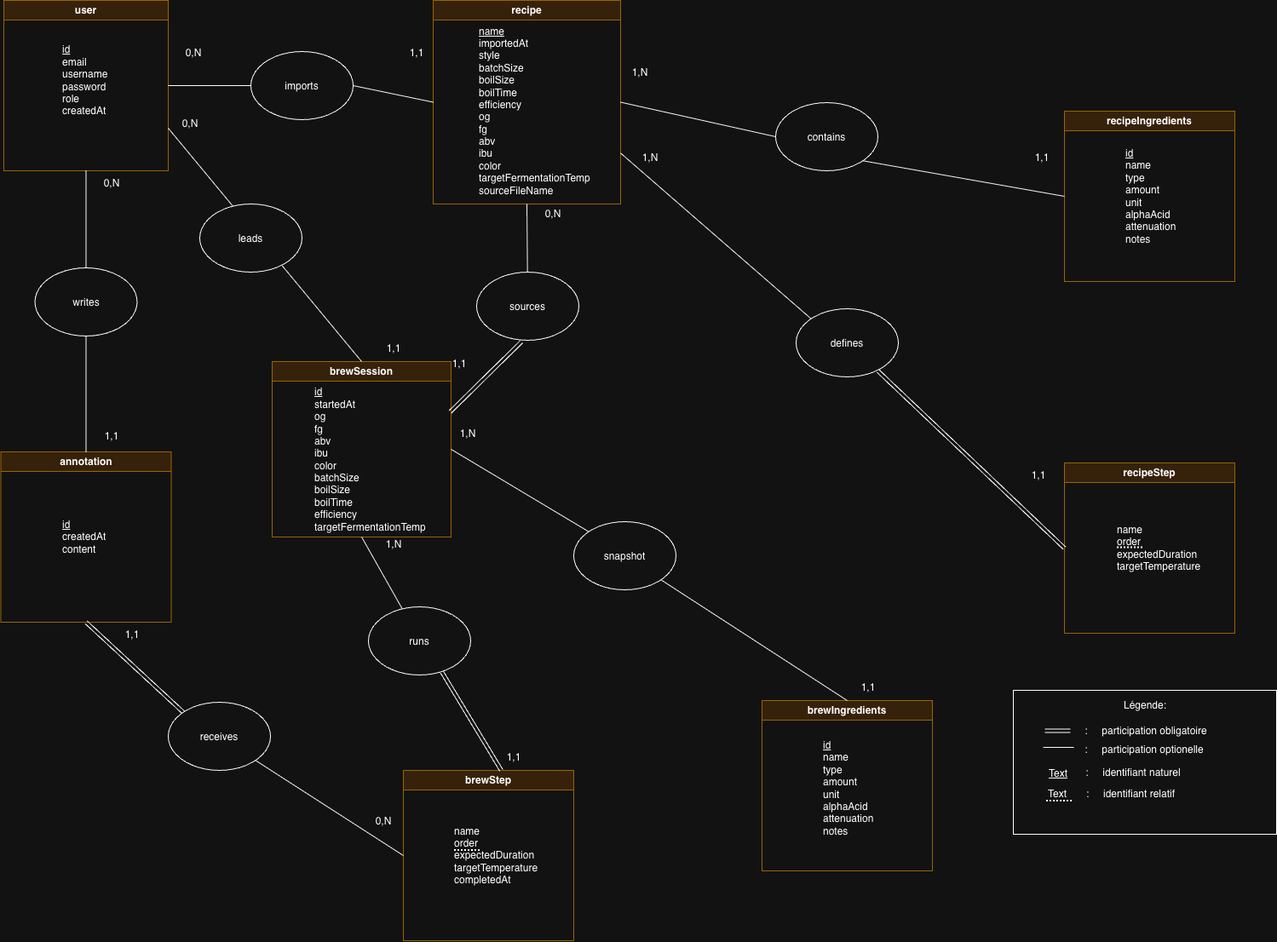
This is docs/diagrams/mcd.png from simplon-alt-dist-p7/micro-saass-simon, a draw.io export, as it was before one commit. Source tidied: cells renumbered, new cells last; positions are measured from the earlier drawing's top-left corner, leaving out a move shared by most shapes.
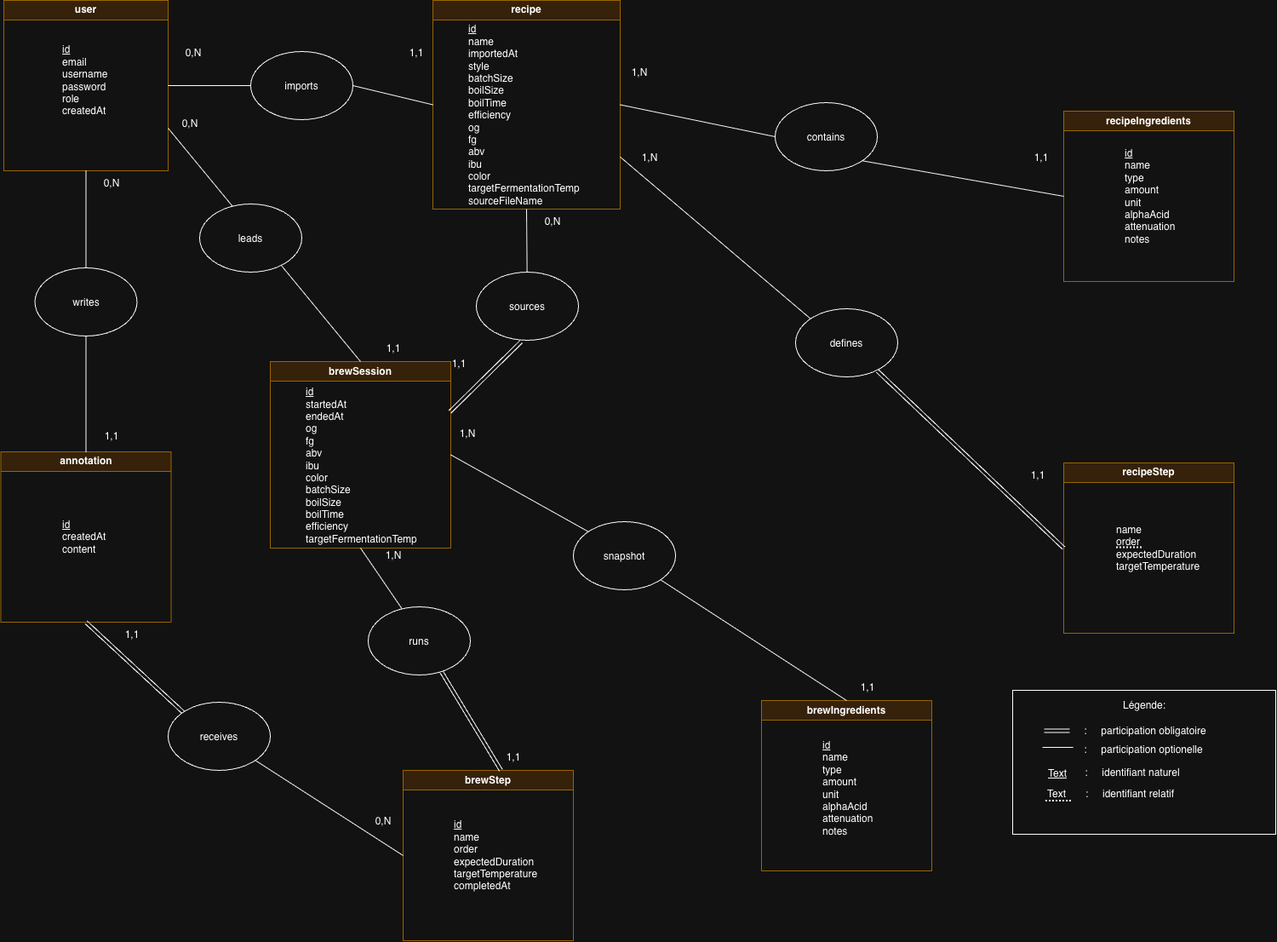
After the change.

Commit message:
docs: add endedAt and fix identifiers in MCD

Change to the diagram source:
```diff
@@ -3,10 +3,10 @@
     <mxCell id="0" />
     <mxCell id="1" parent="0" />
     <mxCell id="2" value="recipe" style="swimlane;whiteSpace=wrap;html=1;fillColor=#ffe6cc;strokeColor=#d79b00;" parent="1" vertex="1">
-      <mxGeometry x="508" width="220" height="239" as="geometry" />
+      <mxGeometry x="508" width="220" height="245" as="geometry" />
     </mxCell>
-    <mxCell id="3" value="&lt;u&gt;name&lt;/u&gt;&lt;div&gt;&lt;div&gt;importedAt&lt;/div&gt;&lt;div&gt;style&lt;/div&gt;&lt;div&gt;batchSize&lt;/div&gt;&lt;div&gt;boilSize&lt;/div&gt;&lt;div&gt;boilTime&lt;/div&gt;&lt;div&gt;efficiency&lt;/div&gt;&lt;div&gt;og&lt;/div&gt;&lt;div&gt;fg&lt;/div&gt;&lt;div&gt;abv&lt;/div&gt;&lt;div&gt;ibu&lt;/div&gt;&lt;div&gt;color&lt;/div&gt;&lt;div&gt;targetFermentationTemp&lt;/div&gt;&lt;div&gt;sourceFileName&lt;/div&gt;&lt;div&gt;&lt;br&gt;&lt;/div&gt;&lt;/div&gt;" style="text;html=1;whiteSpace=wrap;strokeColor=none;fillColor=none;align=left;verticalAlign=middle;rounded=0;" parent="2" vertex="1">
-      <mxGeometry x="52" y="122" width="159" height="30" as="geometry" />
+    <mxCell id="3" value="&lt;div&gt;&lt;u&gt;id&lt;/u&gt;&lt;/div&gt;name&lt;div&gt;&lt;div&gt;importedAt&lt;/div&gt;&lt;div&gt;style&lt;/div&gt;&lt;div&gt;batchSize&lt;/div&gt;&lt;div&gt;boilSize&lt;/div&gt;&lt;div&gt;boilTime&lt;/div&gt;&lt;div&gt;efficiency&lt;/div&gt;&lt;div&gt;og&lt;/div&gt;&lt;div&gt;fg&lt;/div&gt;&lt;div&gt;abv&lt;/div&gt;&lt;div&gt;ibu&lt;/div&gt;&lt;div&gt;color&lt;/div&gt;&lt;div&gt;targetFermentationTemp&lt;/div&gt;&lt;div&gt;sourceFileName&lt;/div&gt;&lt;div&gt;&lt;br&gt;&lt;/div&gt;&lt;/div&gt;" style="text;html=1;whiteSpace=wrap;strokeColor=none;fillColor=none;align=left;verticalAlign=middle;rounded=0;" parent="2" vertex="1">
+      <mxGeometry x="40" y="127" width="159" height="30" as="geometry" />
     </mxCell>
     <mxCell id="4" value="user" style="swimlane;whiteSpace=wrap;html=1;fillColor=#ffe6cc;strokeColor=#d79b00;" parent="1" vertex="1">
       <mxGeometry x="4" width="193" height="200" as="geometry" />
@@ -33,23 +33,17 @@
       </mxGeometry>
     </mxCell>
     <mxCell id="11" value="brewSession" style="swimlane;whiteSpace=wrap;html=1;startSize=23;fillColor=#ffe6cc;strokeColor=#d79b00;" parent="1" vertex="1">
-      <mxGeometry x="319" y="424" width="210" height="206" as="geometry" />
+      <mxGeometry x="317" y="424" width="212" height="219" as="geometry" />
     </mxCell>
-    <mxCell id="12" value="&lt;div&gt;&lt;br&gt;&lt;/div&gt;&lt;div&gt;&lt;u&gt;id&lt;/u&gt;&lt;/div&gt;startedAt&lt;div&gt;og&lt;/div&gt;&lt;div&gt;fg&lt;/div&gt;&lt;div&gt;abv&amp;nbsp;&lt;/div&gt;&lt;div&gt;ibu&lt;/div&gt;&lt;div&gt;color&lt;/div&gt;&lt;div&gt;batchSize&lt;/div&gt;&lt;div&gt;boilSize&lt;/div&gt;&lt;div&gt;boilTime&lt;/div&gt;&lt;div&gt;efficiency&lt;/div&gt;&lt;div&gt;targetFermentationTemp&lt;/div&gt;" style="text;html=1;whiteSpace=wrap;strokeColor=none;fillColor=none;align=left;verticalAlign=middle;rounded=0;" parent="11" vertex="1">
-      <mxGeometry x="48" y="93" width="162" height="30" as="geometry" />
+    <mxCell id="12" value="&lt;div&gt;&lt;br&gt;&lt;/div&gt;&lt;div&gt;&lt;u&gt;id&lt;/u&gt;&lt;/div&gt;startedAt&lt;div&gt;endedAt&lt;br&gt;&lt;div&gt;og&lt;/div&gt;&lt;div&gt;fg&lt;/div&gt;&lt;div&gt;abv&amp;nbsp;&lt;/div&gt;&lt;div&gt;ibu&lt;/div&gt;&lt;div&gt;color&lt;/div&gt;&lt;div&gt;batchSize&lt;/div&gt;&lt;div&gt;boilSize&lt;/div&gt;&lt;div&gt;boilTime&lt;/div&gt;&lt;div&gt;efficiency&lt;/div&gt;&lt;div&gt;targetFermentationTemp&lt;/div&gt;&lt;/div&gt;" style="text;html=1;whiteSpace=wrap;strokeColor=none;fillColor=none;align=left;verticalAlign=middle;rounded=0;" parent="11" vertex="1">
+      <mxGeometry x="40" y="100" width="162" height="30" as="geometry" />
     </mxCell>
     <mxCell id="13" value="brewStep" style="swimlane;whiteSpace=wrap;html=1;startSize=23;fillColor=#ffe6cc;strokeColor=#d79b00;" parent="1" vertex="1">
       <mxGeometry x="473" y="904" width="200" height="200" as="geometry" />
     </mxCell>
-    <mxCell id="14" value="name&amp;nbsp;&lt;div&gt;order&lt;div&gt;expectedDuration&lt;/div&gt;&lt;div&gt;targetTemperature&lt;/div&gt;&lt;div&gt;completedAt&lt;/div&gt;&lt;/div&gt;" style="text;html=1;whiteSpace=wrap;strokeColor=none;fillColor=none;align=left;verticalAlign=middle;rounded=0;" parent="13" vertex="1">
+    <mxCell id="14" value="&lt;div&gt;&lt;u&gt;id&lt;/u&gt;&lt;/div&gt;name&amp;nbsp;&lt;div&gt;order&lt;div&gt;expectedDuration&lt;/div&gt;&lt;div&gt;targetTemperature&lt;/div&gt;&lt;div&gt;completedAt&lt;/div&gt;&lt;/div&gt;" style="text;html=1;whiteSpace=wrap;strokeColor=none;fillColor=none;align=left;verticalAlign=middle;rounded=0;" parent="13" vertex="1">
       <mxGeometry x="58" y="85" width="60" height="30" as="geometry" />
     </mxCell>
-    <mxCell id="15" style="endArrow=none;dashed=1;html=1;strokeWidth=2;rounded=0;dashPattern=1 1;" parent="13" edge="1">
-      <mxGeometry relative="1" as="geometry">
-        <mxPoint x="60" y="94" as="sourcePoint" />
-        <mxPoint x="91" y="94" as="targetPoint" />
-      </mxGeometry>
-    </mxCell>
     <mxCell id="16" value="annotation" style="swimlane;whiteSpace=wrap;html=1;startSize=23;fillColor=#ffe6cc;strokeColor=#d79b00;" parent="1" vertex="1">
       <mxGeometry x="0.5" y="530" width="200" height="200" as="geometry" />
     </mxCell>
@@ -138,7 +132,7 @@
       <mxGeometry x="733" y="170" width="60" height="30" as="geometry" />
     </mxCell>
     <mxCell id="45" value="0,N" style="text;html=1;whiteSpace=wrap;strokeColor=none;fillColor=none;align=center;verticalAlign=middle;rounded=0;" parent="1" vertex="1">
-      <mxGeometry x="619" y="236" width="60" height="30" as="geometry" />
+      <mxGeometry x="619" y="245" width="60" height="30" as="geometry" />
     </mxCell>
     <mxCell id="46" value="1,1" style="text;html=1;whiteSpace=wrap;strokeColor=none;fillColor=none;align=center;verticalAlign=middle;rounded=0;" parent="1" vertex="1">
       <mxGeometry x="509" y="412" width="60" height="30" as="geometry" />
@@ -153,7 +147,7 @@
       <mxGeometry x="573" y="874" width="60" height="30" as="geometry" />
     </mxCell>
     <mxCell id="50" value="1,N" style="text;html=1;whiteSpace=wrap;strokeColor=none;fillColor=none;align=center;verticalAlign=middle;rounded=0;" parent="1" vertex="1">
-      <mxGeometry x="432" y="624" width="60" height="30" as="geometry" />
+      <mxGeometry x="432" y="637" width="60" height="30" as="geometry" />
     </mxCell>
     <mxCell id="51" value="1,1" style="text;html=1;whiteSpace=wrap;strokeColor=none;fillColor=none;align=center;verticalAlign=middle;rounded=0;" parent="1" vertex="1">
       <mxGeometry x="100.5" y="497" width="60" height="30" as="geometry" />
```
